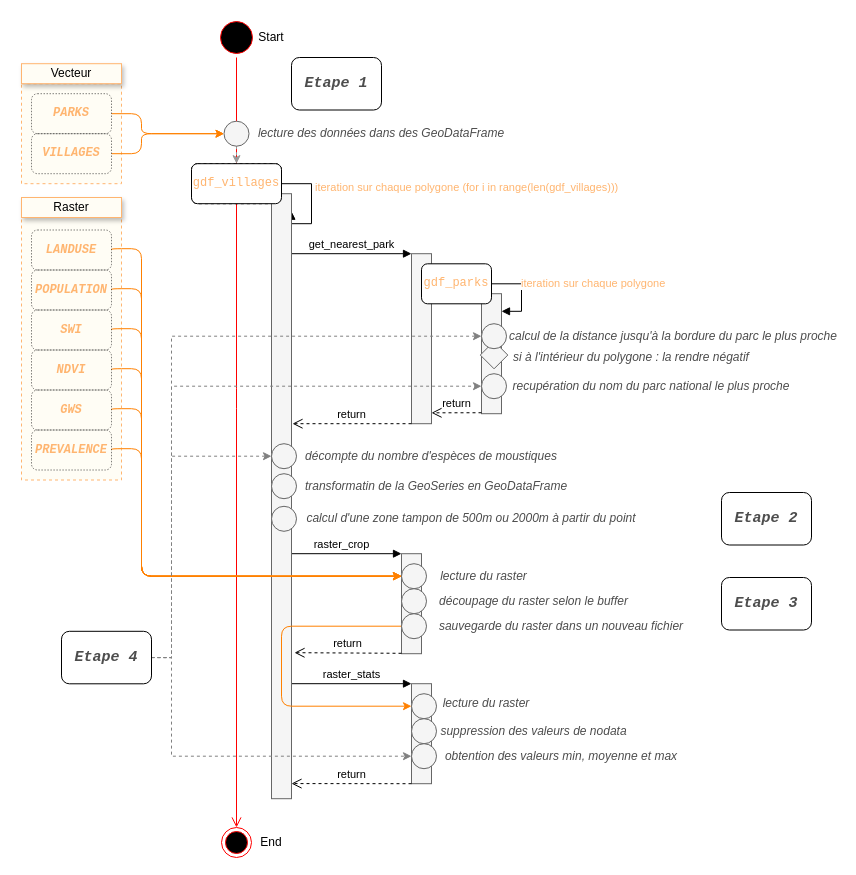
Before: page "Par villages" (2 of 3) of docs/INPMT_simple.drawio in pierre-manchon/INPMT, a draw.io diagram. Source tidied: cells renumbered, new cells numbered last; positions are measured from the earlier drawing's top-left corner, leaving out a move shared by most shapes. Both pictures are drawn from the tidied source at 100%, with x=0, y=0 at pixel (21, 17).
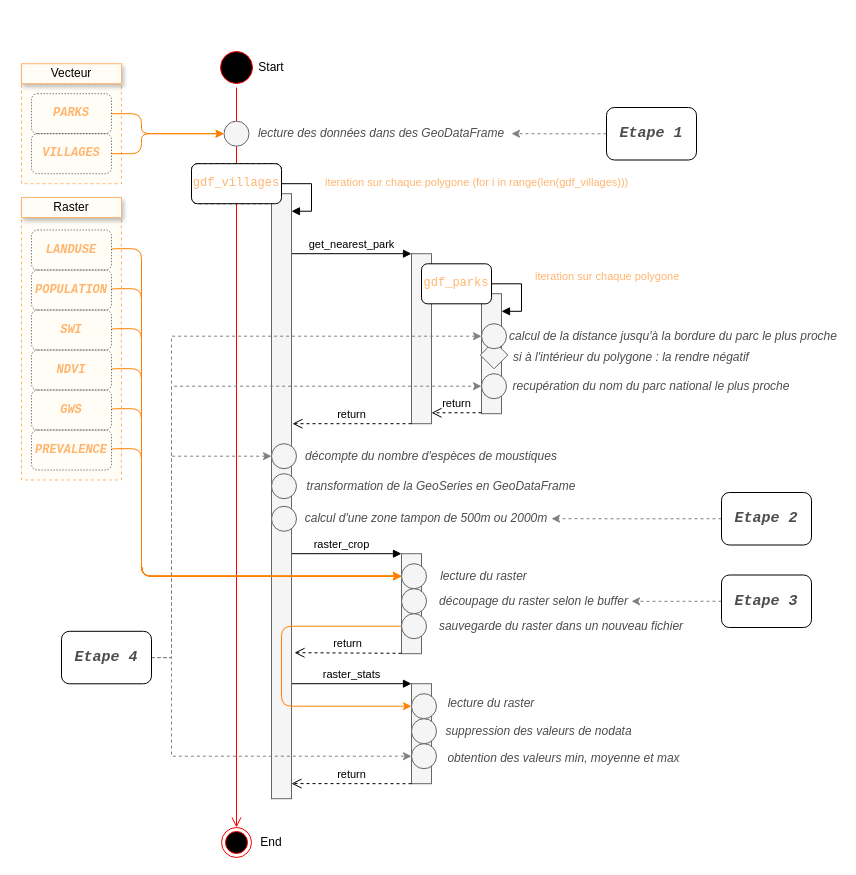
The same diagram, later.

The change refers to these unchanged cells:
```xml
<mxCell id="2" style="html=1;points=[];perimeter=orthogonalPerimeter;fillColor=#f5f5f5;strokeColor=#666666;fontColor=#333333;" parent="1" vertex="1">
  <mxGeometry x="460" y="276.2" width="20" height="120" as="geometry" />
</mxCell>
<mxCell id="19" style="ellipse;html=1;shape=endState;fillColor=#000000;strokeColor=#ff0000;" parent="1" vertex="1">
  <mxGeometry x="200" y="810" width="30" height="30" as="geometry" />
</mxCell>
<mxCell id="21" value="&lt;pre style=&quot;font-family: &amp;quot;fira code&amp;quot;, monospace;&quot;&gt;&lt;pre style=&quot;font-family: &amp;quot;fira code&amp;quot; , monospace&quot;&gt;&lt;font&gt;gdf_villages&lt;/font&gt;&lt;/pre&gt;&lt;/pre&gt;" style="rounded=1;whiteSpace=wrap;html=1;sketch=0;shadow=0;labelBackgroundColor=none;fontColor=#7EA6E0;dashed=1;" parent="1" vertex="1">
  <mxGeometry x="170" y="146.2" width="90" height="40" as="geometry" />
</mxCell>
<mxCell id="28" style="html=1;points=[];perimeter=orthogonalPerimeter;fillColor=#f5f5f5;strokeColor=#666666;fontColor=#333333;" parent="1" vertex="1">
  <mxGeometry x="250" y="176.2" width="20" height="605" as="geometry" />
</mxCell>
<mxCell id="29" value="&lt;pre style=&quot;font-family: &amp;quot;fira code&amp;quot;, monospace;&quot;&gt;&lt;pre style=&quot;font-family: &amp;quot;fira code&amp;quot; , monospace&quot;&gt;&lt;font&gt;gdf_villages&lt;/font&gt;&lt;/pre&gt;&lt;/pre&gt;" style="rounded=1;whiteSpace=wrap;html=1;sketch=0;shadow=0;labelBackgroundColor=none;strokeWidth=1;fontColor=#FFB570;" parent="1" vertex="1">
  <mxGeometry x="170" y="146.2" width="90" height="40" as="geometry" />
</mxCell>
<mxCell id="30" value="&lt;pre style=&quot;font-family: &amp;quot;fira code&amp;quot; , monospace&quot;&gt;&lt;pre style=&quot;font-family: &amp;quot;fira code&amp;quot; , monospace&quot;&gt;gdf_parks&lt;/pre&gt;&lt;/pre&gt;" style="rounded=1;whiteSpace=wrap;html=1;sketch=0;shadow=0;labelBackgroundColor=none;strokeWidth=1;fontColor=#FFB570;" parent="1" vertex="1">
  <mxGeometry x="400" y="246.3" width="70" height="40" as="geometry" />
</mxCell>
<mxCell id="32" value="lecture des données dans des GeoDataFrame" style="text;html=1;align=center;verticalAlign=middle;whiteSpace=wrap;rounded=0;shadow=0;glass=0;labelBackgroundColor=none;sketch=0;fontColor=#4D4D4D;fontStyle=2;" parent="1" vertex="1">
  <mxGeometry x="230" y="106.2" width="260" height="20" as="geometry" />
</mxCell>
<mxCell id="44" value="&lt;div&gt;découpage du raster selon le buffer&lt;/div&gt;" style="text;html=1;align=center;verticalAlign=middle;whiteSpace=wrap;rounded=0;shadow=0;glass=0;labelBackgroundColor=none;sketch=0;fontColor=#4D4D4D;fontStyle=2;" parent="1" vertex="1">
  <mxGeometry x="415" y="573.8" width="195" height="20" as="geometry" />
</mxCell>
<mxCell id="58" style="ellipse;whiteSpace=wrap;html=1;rounded=1;shadow=0;glass=0;labelBackgroundColor=none;sketch=0;fontColor=#333333;strokeColor=#666666;strokeWidth=1;fillColor=#f5f5f5;" parent="1" vertex="1">
  <mxGeometry x="202.5" y="103.7" width="25" height="25" as="geometry" />
</mxCell>
<mxCell id="70" value="&lt;pre style=&quot;font-family: &amp;quot;fira code&amp;quot;, monospace; font-size: 15px;&quot;&gt;&lt;pre style=&quot;font-family: &amp;quot;fira code&amp;quot;, monospace; font-size: 15px;&quot;&gt;&lt;font color=&quot;#4d4d4d&quot; style=&quot;line-height: 100%; font-size: 15px;&quot;&gt;Etape 2&lt;/font&gt;&lt;/pre&gt;&lt;/pre&gt;" style="rounded=1;whiteSpace=wrap;html=1;sketch=0;shadow=0;labelBackgroundColor=#ffffff;strokeWidth=1;fontSize=15;fontStyle=3;" parent="1" vertex="1">
  <mxGeometry x="700" y="475" width="90" height="52.5" as="geometry" />
</mxCell>
```

Diff of the diagram source:
```diff
@@
     <mxCell id="11" style="ellipse;html=1;shape=startState;fillColor=#000000;strokeColor=#ff0000;" parent="1" vertex="1">
-      <mxGeometry x="195" width="40" height="40" as="geometry" />
+      <mxGeometry x="195" y="30" width="40" height="40" as="geometry" />
     </mxCell>
-    <mxCell id="12" style="edgeStyle=orthogonalEdgeStyle;html=1;verticalAlign=bottom;endArrow=open;endSize=8;strokeColor=#ff0000;exitX=0.5;exitY=1;exitDx=0;exitDy=0;entryX=0.5;entryY=0;entryDx=0;entryDy=0;" parent="1" edge="1" source="11" target="19">
-      <mxGeometry relative="1" as="geometry">
-        <Array as="points">
-          <mxPoint x="215" y="381.2" />
-          <mxPoint x="215" y="381.2" />
-        </Array>
-      </mxGeometry>
+    <mxCell id="12" style="edgeStyle=orthogonalEdgeStyle;html=1;verticalAlign=bottom;endArrow=open;endSize=8;strokeColor=#ff0000;entryX=0.5;entryY=0;entryDx=0;entryDy=0;exitX=0.5;exitY=1;exitDx=0;exitDy=0;" parent="1" edge="1" source="11" target="19">
+      <mxGeometry relative="1" as="geometry" />
     </mxCell>
@@
     <mxCell id="20" value="&lt;font color=&quot;#ffb570&quot;&gt;iteration sur chaque polygone (for i in range(len(gdf_villages)))&lt;/font&gt;" style="edgeStyle=orthogonalEdgeStyle;html=1;align=left;spacingLeft=2;endArrow=block;rounded=0;exitX=1;exitY=0.5;exitDx=0;exitDy=0;entryX=0.998;entryY=0.029;entryDx=0;entryDy=0;entryPerimeter=0;" parent="1" edge="1" source="21" target="28">
-      <mxGeometry x="-0.33" relative="1" as="geometry">
+      <mxGeometry x="-0.23" y="10" relative="1" as="geometry">
         <Array as="points">
-          <mxPoint x="290" y="166.2" />
-          <mxPoint x="290" y="206.2" />
-          <mxPoint x="270" y="206.2" />
+          <mxPoint x="290" y="166" />
+          <mxPoint x="290" y="194" />
         </Array>
+        <mxPoint y="-1" as="offset" />
       </mxGeometry>
     </mxCell>
@@
     <mxCell id="22" value="Start" style="text;html=1;strokeColor=none;fillColor=none;align=center;verticalAlign=middle;whiteSpace=wrap;rounded=0;" parent="1" vertex="1">
-      <mxGeometry x="230" y="10" width="40" height="20" as="geometry" />
+      <mxGeometry x="230" y="40" width="40" height="20" as="geometry" />
     </mxCell>
@@
     <mxCell id="31" value="&lt;font color=&quot;#ffb570&quot;&gt;iteration sur chaque polygone&lt;/font&gt;" style="edgeStyle=orthogonalEdgeStyle;html=1;align=left;spacingLeft=2;endArrow=block;rounded=0;exitX=1;exitY=0.5;exitDx=0;exitDy=0;entryX=1.001;entryY=0.147;entryDx=0;entryDy=0;entryPerimeter=0;" parent="1" edge="1" source="30" target="2">
-      <mxGeometry x="-0.32" relative="1" as="geometry">
+      <mxGeometry x="-0.23" y="12" relative="1" as="geometry">
         <Array as="points">
           <mxPoint x="500" y="266.2" />
           <mxPoint x="500" y="294.2" />
           <mxPoint x="480" y="294.2" />
         </Array>
+        <mxPoint x="-2" y="-7" as="offset" />
       </mxGeometry>
     </mxCell>
@@
-    <mxCell id="37" value="calcul d'une zone tampon de 500m ou 2000m à partir du point" style="text;html=1;align=center;verticalAlign=middle;whiteSpace=wrap;rounded=0;shadow=0;glass=0;labelBackgroundColor=none;sketch=0;fontColor=#4D4D4D;fontStyle=2;" parent="1" vertex="1">
-      <mxGeometry x="280" y="491.2" width="340" height="20" as="geometry" />
+    <mxCell id="37" value="calcul d'une zone tampon de 500m ou 2000m" style="text;html=1;align=center;verticalAlign=middle;whiteSpace=wrap;rounded=0;shadow=0;glass=0;labelBackgroundColor=none;sketch=0;fontColor=#4D4D4D;fontStyle=2;" parent="1" vertex="1">
+      <mxGeometry x="280" y="491.2" width="250" height="20" as="geometry" />
     </mxCell>
@@
-    <mxCell id="39" value="transformatin de la GeoSeries en GeoDataFrame" style="text;html=1;align=center;verticalAlign=middle;whiteSpace=wrap;rounded=0;shadow=0;glass=0;labelBackgroundColor=none;sketch=0;fontColor=#4D4D4D;fontStyle=2;" parent="1" vertex="1">
-      <mxGeometry x="280" y="458.8" width="270" height="20" as="geometry" />
+    <mxCell id="39" value="transformation de la GeoSeries en GeoDataFrame" style="text;html=1;align=center;verticalAlign=middle;whiteSpace=wrap;rounded=0;shadow=0;glass=0;labelBackgroundColor=none;sketch=0;fontColor=#4D4D4D;fontStyle=2;" parent="1" vertex="1">
+      <mxGeometry x="280" y="458.8" width="280" height="20" as="geometry" />
     </mxCell>
@@
     <mxCell id="46" value="lecture du raster" style="text;html=1;align=center;verticalAlign=middle;whiteSpace=wrap;rounded=0;shadow=0;glass=0;labelBackgroundColor=none;sketch=0;fontColor=#4D4D4D;fontStyle=2;" parent="1" vertex="1">
-      <mxGeometry x="420" y="676.2" width="90" height="20" as="geometry" />
+      <mxGeometry x="425" y="676.2" width="90" height="20" as="geometry" />
     </mxCell>
     <mxCell id="47" value="suppression des valeurs de nodata" style="text;html=1;align=center;verticalAlign=middle;whiteSpace=wrap;rounded=0;shadow=0;glass=0;labelBackgroundColor=none;sketch=0;fontColor=#4D4D4D;fontStyle=2;" parent="1" vertex="1">
-      <mxGeometry x="415" y="703.8" width="195" height="20" as="geometry" />
+      <mxGeometry x="420" y="703.8" width="195" height="20" as="geometry" />
     </mxCell>
     <mxCell id="48" value="obtention des valeurs min, moyenne et max" style="text;html=1;align=center;verticalAlign=middle;whiteSpace=wrap;rounded=0;shadow=0;glass=0;labelBackgroundColor=none;sketch=0;fontColor=#4D4D4D;fontStyle=2;" parent="1" vertex="1">
-      <mxGeometry x="420" y="728.8" width="240" height="20" as="geometry" />
+      <mxGeometry x="425" y="731.2" width="235" height="20" as="geometry" />
     </mxCell>
@@
-    <mxCell id="57" style="edgeStyle=orthogonalEdgeStyle;rounded=0;jettySize=auto;html=1;exitX=0.5;exitY=1;exitDx=0;exitDy=0;entryX=0.5;entryY=0;entryDx=0;entryDy=0;dashed=1;fontColor=#FFB570;strokeWidth=1;strokeColor=#999999;" parent="1" edge="1" source="58" target="29">
-      <mxGeometry relative="1" as="geometry" />
-    </mxCell>
@@
+    <mxCell id="80" style="edgeStyle=orthogonalEdgeStyle;rounded=0;jettySize=auto;html=1;exitX=0;exitY=0.5;exitDx=0;exitDy=0;entryX=1;entryY=0.5;entryDx=0;entryDy=0;dashed=1;strokeColor=#808080;" parent="1" edge="1" source="70" target="37">
+      <mxGeometry relative="1" as="geometry" />
+    </mxCell>
@@
+    <mxCell id="81" style="edgeStyle=orthogonalEdgeStyle;rounded=0;jettySize=auto;html=1;exitX=0;exitY=0.5;exitDx=0;exitDy=0;entryX=1;entryY=0.5;entryDx=0;entryDy=0;dashed=1;strokeColor=#808080;" parent="1" edge="1" source="71" target="44">
+      <mxGeometry relative="1" as="geometry" />
+    </mxCell>
     <mxCell id="71" value="&lt;pre style=&quot;font-family: &amp;quot;fira code&amp;quot; , monospace ; font-size: 15px&quot;&gt;&lt;pre style=&quot;font-family: &amp;quot;fira code&amp;quot; , monospace ; font-size: 15px&quot;&gt;&lt;font color=&quot;#4d4d4d&quot; style=&quot;line-height: 100% ; font-size: 15px&quot;&gt;Etape 3&lt;/font&gt;&lt;/pre&gt;&lt;/pre&gt;" style="rounded=1;whiteSpace=wrap;html=1;sketch=0;shadow=0;labelBackgroundColor=#ffffff;strokeWidth=1;fontSize=15;fontStyle=3;" parent="1" vertex="1">
-      <mxGeometry x="700" y="560" width="90" height="52.5" as="geometry" />
+      <mxGeometry x="700" y="557.5" width="90" height="52.5" as="geometry" />
     </mxCell>
@@
+    <mxCell id="82" style="edgeStyle=orthogonalEdgeStyle;rounded=0;jettySize=auto;html=1;exitX=0;exitY=0.5;exitDx=0;exitDy=0;entryX=1;entryY=0.5;entryDx=0;entryDy=0;dashed=1;strokeColor=#808080;" parent="1" edge="1" source="77" target="32">
+      <mxGeometry relative="1" as="geometry" />
+    </mxCell>
     <mxCell id="77" value="&lt;pre style=&quot;font-family: &amp;#34;fira code&amp;#34; , monospace ; font-size: 15px&quot;&gt;&lt;pre style=&quot;font-family: &amp;#34;fira code&amp;#34; , monospace ; font-size: 15px&quot;&gt;&lt;font color=&quot;#4d4d4d&quot; style=&quot;line-height: 100% ; font-size: 15px&quot;&gt;Etape 1&lt;/font&gt;&lt;/pre&gt;&lt;/pre&gt;" style="rounded=1;whiteSpace=wrap;html=1;sketch=0;shadow=0;labelBackgroundColor=none;strokeWidth=1;fontSize=15;fontStyle=3;" parent="1" vertex="1">
-      <mxGeometry x="270" y="40" width="90" height="52.5" as="geometry" />
+      <mxGeometry x="585" y="90" width="90" height="52.5" as="geometry" />
     </mxCell>
```
